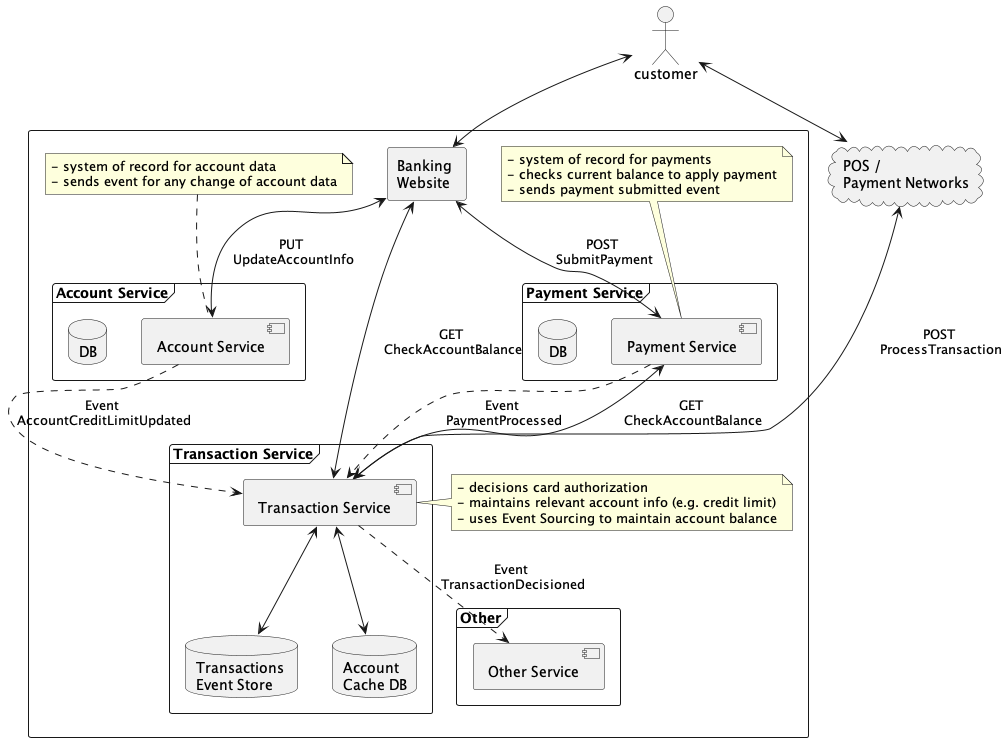
Earlier version of the PlantUML export docs/system_diagram.png (markosski/eventdriven).
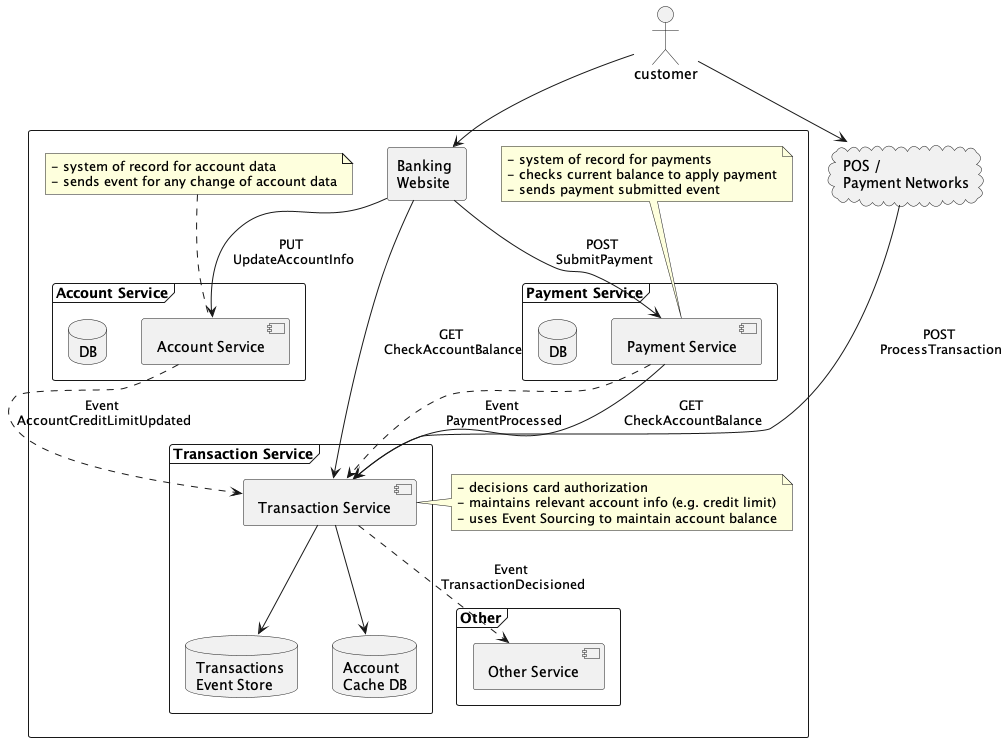
The same file after the commit.

The edit, as a diff of the source:
```diff
@@ -25,10 +25,10 @@
 
     payments ..> transactions : "Event \nPaymentProcessed"
     accounts ..> transactions : "Event \nAccountCreditLimitUpdated"
-    transactions <--> es
-    transactions <--> accountsCacheDb
+    transactions --> es
+    transactions --> accountsCacheDb
     transactions ..> other : "Event \nTransactionDecisioned"
-    payments <--> transactions : "GET \nCheckAccountBalance"
+    payments --> transactions : "GET \nCheckAccountBalance"
 
     note as paymentsNote
         - system of record for payments
@@ -55,11 +55,11 @@
 cloud "POS / \nPayment Networks" as networks
 actor customer
 
-customer <--> networks
-customer <--> website
-website <--> accounts : "PUT \nUpdateAccountInfo"
-website <--> payments : "POST \nSubmitPayment"
-website <--> transactions : "GET \nCheckAccountBalance"
-networks <--> transactions : "POST \nProcessTransaction"
+customer --> networks
+customer --> website
+website --> accounts : "PUT \nUpdateAccountInfo"
+website --> payments : "POST \nSubmitPayment"
+website --> transactions : "GET \nCheckAccountBalance"
+networks --> transactions : "POST \nProcessTransaction"
 
 @enduml
```
